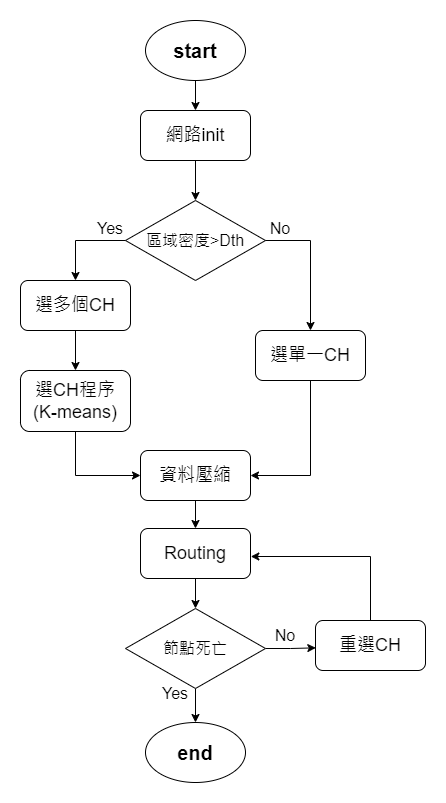
Earlier version of the draw.io export my method.png (peggy12423/paper). Source tidied: cells renumbered, new cells last; positions are measured from the earlier drawing's top-left corner, leaving out a move shared by most shapes.
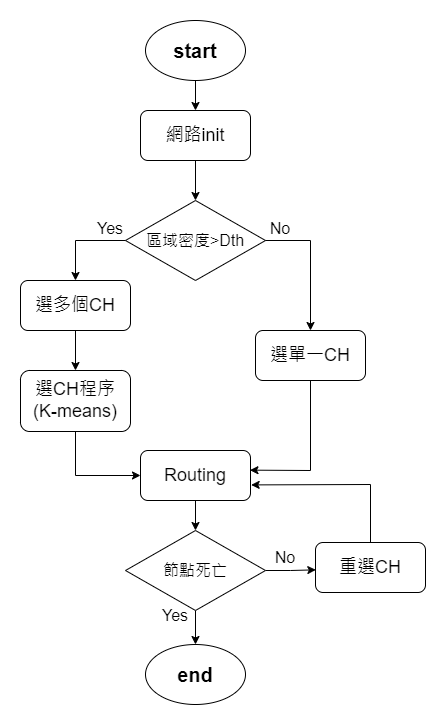
The same diagram one commit later.

Diff of the diagram source:
```diff
@@ -9,7 +9,7 @@
       <mxGeometry x="125" width="100" height="60" as="geometry" />
     </mxCell>
     <mxCell id="4" value="end" style="ellipse;whiteSpace=wrap;html=1;fontSize=20;fontStyle=1;" parent="1" vertex="1">
-      <mxGeometry x="125" y="702" width="100" height="60" as="geometry" />
+      <mxGeometry x="125" y="624" width="100" height="60" as="geometry" />
     </mxCell>
     <mxCell id="5" style="edgeStyle=orthogonalEdgeStyle;rounded=0;jettySize=auto;html=1;" parent="1" edge="1" source="6" target="8">
       <mxGeometry relative="1" as="geometry" />
@@ -36,12 +36,6 @@
         </Array>
       </mxGeometry>
     </mxCell>
-    <mxCell id="12" style="edgeStyle=orthogonalEdgeStyle;rounded=0;jettySize=auto;html=1;" parent="1" edge="1" source="13" target="28">
-      <mxGeometry relative="1" as="geometry" />
-    </mxCell>
-    <mxCell id="13" value="資料壓縮" style="rounded=1;whiteSpace=wrap;html=1;fontSize=18;" parent="1" vertex="1">
-      <mxGeometry x="120" y="430" width="110" height="50" as="geometry" />
-    </mxCell>
     <mxCell id="14" style="edgeStyle=orthogonalEdgeStyle;rounded=0;jettySize=auto;html=1;" parent="1" edge="1" source="16" target="4">
       <mxGeometry relative="1" as="geometry" />
     </mxCell>
@@ -49,13 +43,13 @@
       <mxGeometry relative="1" as="geometry" />
     </mxCell>
     <mxCell id="16" value="節點死亡" style="rhombus;whiteSpace=wrap;html=1;fontSize=16;" parent="1" vertex="1">
-      <mxGeometry x="105" y="588" width="140" height="80" as="geometry" />
+      <mxGeometry x="105" y="510" width="140" height="80" as="geometry" />
     </mxCell>
     <mxCell id="17" value="No" style="text;html=1;align=center;verticalAlign=middle;whiteSpace=wrap;rounded=0;fontSize=16;" parent="1" vertex="1">
-      <mxGeometry x="235" y="600" width="60" height="30" as="geometry" />
+      <mxGeometry x="235" y="522" width="60" height="30" as="geometry" />
     </mxCell>
     <mxCell id="18" value="Yes" style="text;html=1;align=center;verticalAlign=middle;whiteSpace=wrap;rounded=0;fontSize=16;" parent="1" vertex="1">
-      <mxGeometry x="125" y="658" width="60" height="30" as="geometry" />
+      <mxGeometry x="125" y="580" width="60" height="30" as="geometry" />
     </mxCell>
     <mxCell id="19" value="Yes" style="text;html=1;align=center;verticalAlign=middle;whiteSpace=wrap;rounded=0;fontSize=16;" parent="1" vertex="1">
       <mxGeometry x="60" y="193" width="60" height="30" as="geometry" />
@@ -70,28 +64,29 @@
         </Array>
       </mxGeometry>
     </mxCell>
-    <mxCell id="22" style="endArrow=classic;html=1;rounded=0;exitX=0.5;exitY=1;exitDx=0;exitDy=0;entryX=1;entryY=0.5;entryDx=0;entryDy=0;" parent="1" edge="1" source="7" target="13">
+    <mxCell id="22" style="endArrow=classic;html=1;rounded=0;exitX=0.5;exitY=1;exitDx=0;exitDy=0;entryX=0.995;entryY=0.393;entryDx=0;entryDy=0;entryPerimeter=0;" parent="1" edge="1" source="7" target="28">
       <mxGeometry relative="1" as="geometry">
         <Array as="points">
-          <mxPoint x="290" y="455" />
+          <mxPoint x="290" y="450" />
         </Array>
       </mxGeometry>
     </mxCell>
-    <mxCell id="23" style="endArrow=classic;html=1;rounded=0;exitX=0.5;exitY=0;exitDx=0;exitDy=0;entryX=1.003;entryY=0.56;entryDx=0;entryDy=0;entryPerimeter=0;" parent="1" edge="1" source="24" target="28">
+    <mxCell id="23" style="endArrow=classic;html=1;rounded=0;exitX=0.5;exitY=0;exitDx=0;exitDy=0;entryX=1.006;entryY=0.688;entryDx=0;entryDy=0;entryPerimeter=0;" parent="1" edge="1" source="24" target="28">
       <mxGeometry relative="1" as="geometry">
         <Array as="points">
-          <mxPoint x="350" y="536" />
+          <mxPoint x="350" y="464" />
         </Array>
       </mxGeometry>
     </mxCell>
     <mxCell id="24" value="重選CH" style="rounded=1;whiteSpace=wrap;html=1;fontSize=18;" parent="1" vertex="1">
-      <mxGeometry x="295" y="600" width="110" height="50" as="geometry" />
+      <mxGeometry x="295" y="522" width="110" height="50" as="geometry" />
     </mxCell>
     <mxCell id="25" value="選CH程序&lt;div&gt;(K-means)&lt;/div&gt;" style="rounded=1;whiteSpace=wrap;html=1;fontSize=18;" parent="1" vertex="1">
       <mxGeometry y="350" width="110" height="61" as="geometry" />
     </mxCell>
-    <mxCell id="26" style="endArrow=classic;html=1;rounded=0;exitX=0.5;exitY=1;exitDx=0;exitDy=0;entryX=0;entryY=0.5;entryDx=0;entryDy=0;" parent="1" edge="1" source="25" target="13">
+    <mxCell id="26" style="endArrow=classic;html=1;rounded=0;exitX=0.5;exitY=1;exitDx=0;exitDy=0;entryX=0;entryY=0.5;entryDx=0;entryDy=0;" parent="1" edge="1" source="25">
       <mxGeometry relative="1" as="geometry">
+        <mxPoint x="120" y="455" as="targetPoint" />
         <Array as="points">
           <mxPoint x="55" y="455" />
         </Array>
@@ -101,7 +96,7 @@
       <mxGeometry relative="1" as="geometry" />
     </mxCell>
     <mxCell id="28" value="Routing" style="rounded=1;whiteSpace=wrap;html=1;fontSize=18;" parent="1" vertex="1">
-      <mxGeometry x="120" y="508" width="110" height="50" as="geometry" />
+      <mxGeometry x="120" y="430" width="110" height="50" as="geometry" />
     </mxCell>
   </root>
 </mxGraphModel>
```
